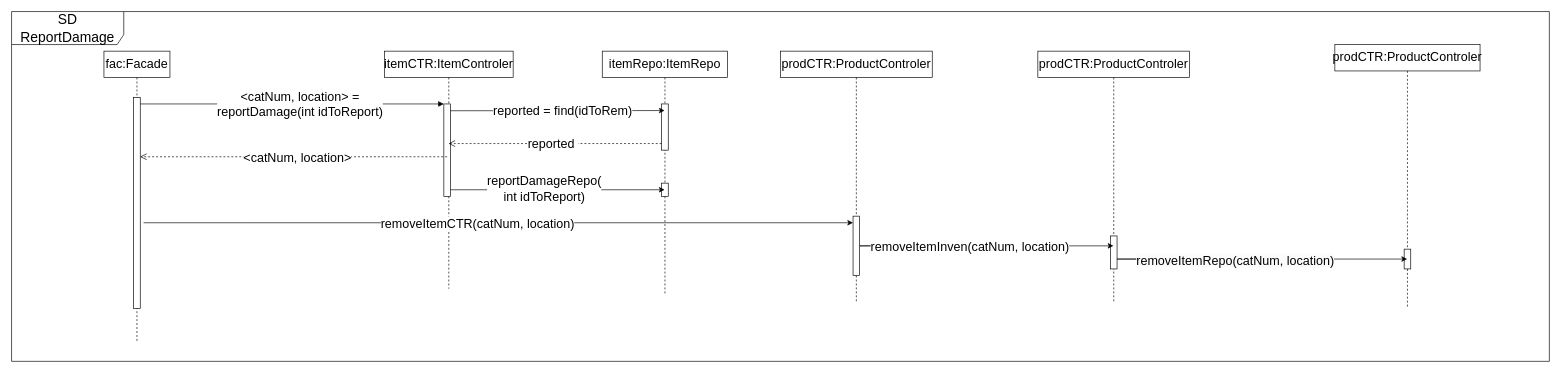
NatallieMirelashvili/ADSS_Group_E keeps this draw.io diagram as docs/ReportDamageSeqDiagram.drawio. Above is the earlier version. Source tidied: cells renumbered, new cells numbered last; positions are measured from the earlier drawing's top-left corner, leaving out a move shared by most shapes. Both pictures are drawn from the tidied source at 66%, with x=0, y=0 at pixel (11, 11).
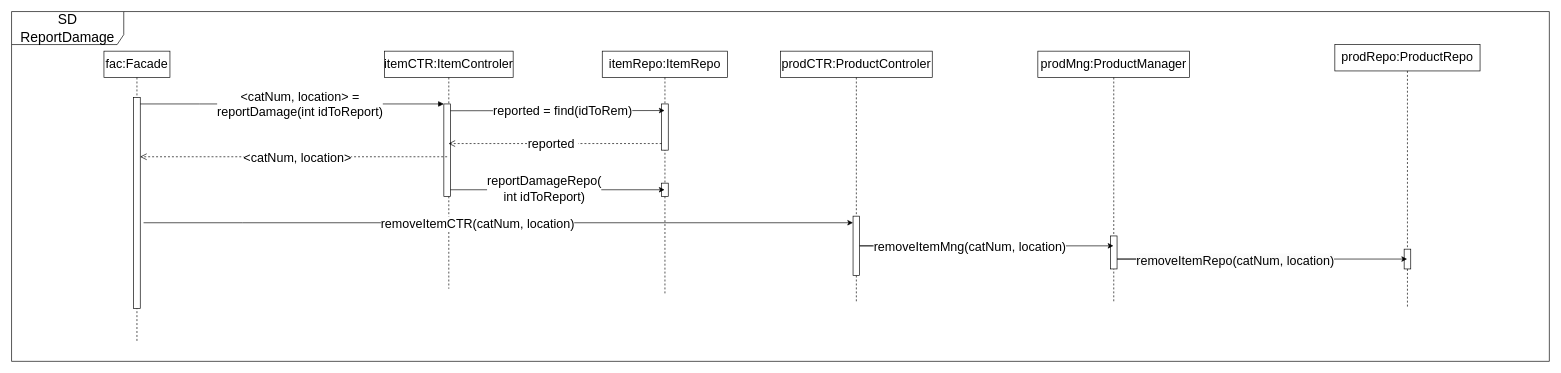
The same page after the edit.

The change refers to these unchanged cells:
```xml
<mxCell id="23" style="edgeStyle=elbowEdgeStyle;rounded=0;jettySize=auto;html=1;elbow=vertical;curved=0;fontSize=19;" parent="1" edge="1" target="21">
  <mxGeometry relative="1" as="geometry">
    <mxPoint x="1305" y="355" as="sourcePoint" />
    <Array as="points">
      <mxPoint x="1285" y="355" />
    </Array>
  </mxGeometry>
</mxCell>
```

The edit, as a diff of the source:
```diff
@@
-    <mxCell id="21" value="prodCTR:ProductControler" style="shape=umlLifeline;perimeter=lifelinePerimeter;whiteSpace=wrap;html=1;outlineConnect=0;portConstraint=eastwest;newEdgeStyle={&quot;edgeStyle&quot;:&quot;elbowEdgeStyle&quot;,&quot;elbow&quot;:&quot;vertical&quot;,&quot;curved&quot;:0,&quot;rounded&quot;:0};fontSize=19;" parent="1" vertex="1">
+    <mxCell id="21" value="prodMng:ProductManager" style="shape=umlLifeline;perimeter=lifelinePerimeter;whiteSpace=wrap;html=1;outlineConnect=0;portConstraint=eastwest;newEdgeStyle={&quot;edgeStyle&quot;:&quot;elbowEdgeStyle&quot;,&quot;elbow&quot;:&quot;vertical&quot;,&quot;curved&quot;:0,&quot;rounded&quot;:0};fontSize=19;" parent="1" vertex="1">
       <mxGeometry x="1555" y="60" width="230" height="380" as="geometry" />
     </mxCell>
@@
-    <mxCell id="24" value="removeItemInven(catNum, location)" style="edgeLabel;html=1;align=center;verticalAlign=middle;fontSize=19;" parent="23" vertex="1">
+    <mxCell id="24" value="removeItemMng(catNum, location)" style="edgeLabel;html=1;align=center;verticalAlign=middle;fontSize=19;" parent="23" vertex="1">
       <mxGeometry x="-0.08" y="-1" relative="1" as="geometry" />
     </mxCell>
-    <mxCell id="25" value="prodCTR:ProductControler" style="shape=umlLifeline;perimeter=lifelinePerimeter;whiteSpace=wrap;html=1;outlineConnect=0;portConstraint=eastwest;newEdgeStyle={&quot;edgeStyle&quot;:&quot;elbowEdgeStyle&quot;,&quot;elbow&quot;:&quot;vertical&quot;,&quot;curved&quot;:0,&quot;rounded&quot;:0};fontSize=19;" parent="1" vertex="1">
+    <mxCell id="25" value="prodRepo:ProductRepo" style="shape=umlLifeline;perimeter=lifelinePerimeter;whiteSpace=wrap;html=1;outlineConnect=0;portConstraint=eastwest;newEdgeStyle={&quot;edgeStyle&quot;:&quot;elbowEdgeStyle&quot;,&quot;elbow&quot;:&quot;vertical&quot;,&quot;curved&quot;:0,&quot;rounded&quot;:0};fontSize=19;" parent="1" vertex="1">
       <mxGeometry x="2005" y="50" width="220" height="400" as="geometry" />
     </mxCell>
```
